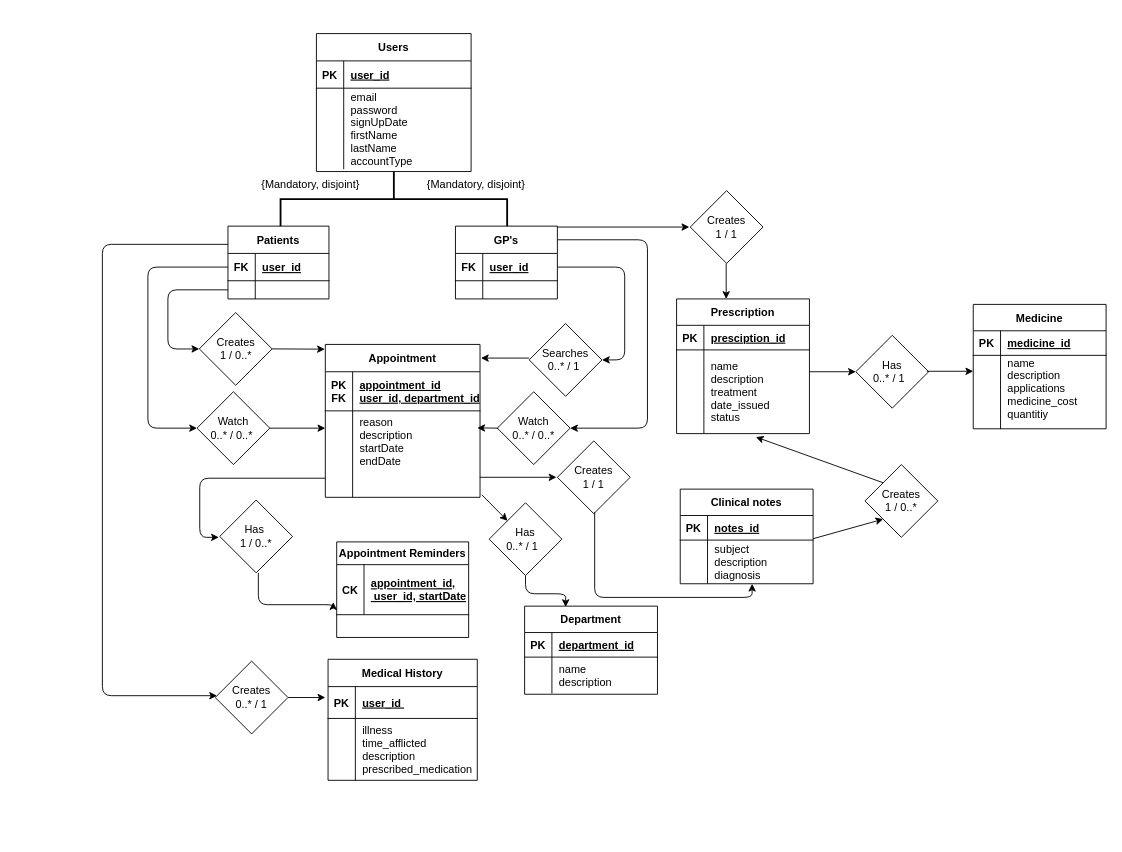
shaundbs/programming-cw keeps this draw.io diagram as ehealthproject_ERD.drawio. Above is the earlier version. Source tidied: cells renumbered, new cells numbered last; positions are measured from the earlier drawing's top-left corner, leaving out a move shared by most shapes. Both pictures are drawn from the tidied source at 91%, with x=0, y=0 at pixel (102, 33).
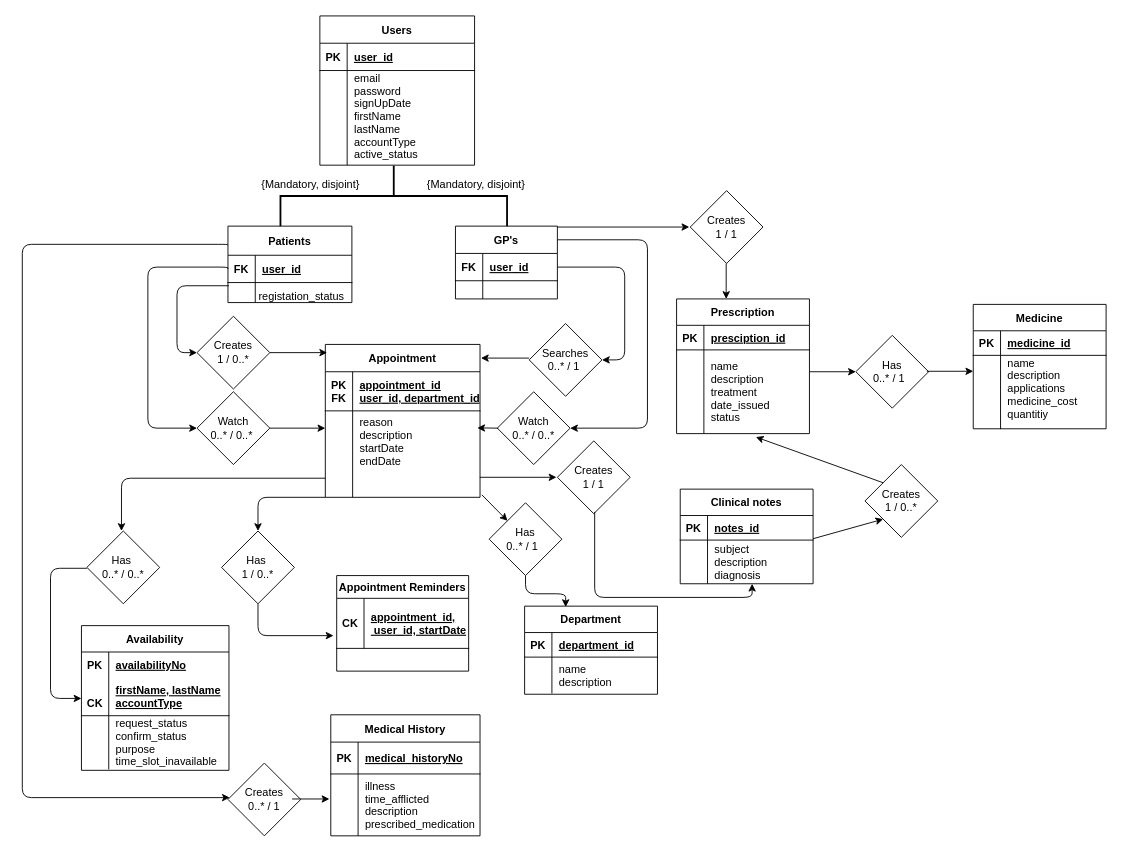
The same page after the edit.

Unchanged cells that the change refers to:
```xml
<mxCell id="13" value="Appointment" style="shape=table;startSize=30;childLayout=tableLayout;rowLines=0;fontStyle=1;align=center;" parent="1" vertex="1">
  <mxGeometry x="245" y="342" width="170" height="168" as="geometry" />
</mxCell>
<mxCell id="56" style="shape=partialRectangle;fillColor=none;top=0;left=0;right=0;bottom=1;" parent="55" vertex="1">
  <mxGeometry y="30" width="164" height="35" as="geometry" />
</mxCell>
<mxCell id="63" style="shape=partialRectangle;fillColor=none;top=0;left=0;bottom=1;right=0;points=[[0,0.5],[1,0.5]];portConstraint=eastwest;" parent="62" vertex="1">
  <mxGeometry y="25" width="145" height="55" as="geometry" />
</mxCell>
```

The edit, as a diff of the source:
```diff
@@
     <mxCell id="2" style="edgeStyle=orthogonalEdgeStyle;rounded=1;jettySize=auto;html=1;exitX=0;exitY=0.25;exitDx=0;exitDy=0;" parent="1" edge="1" source="41" target="20">
       <mxGeometry relative="1" as="geometry">
         <Array as="points">
-          <mxPoint y="232" />
-          <mxPoint y="728" />
-          <mxPoint x="164" y="728" />
+          <mxPoint x="138" y="232" />
+          <mxPoint x="-88" y="232" />
+          <mxPoint x="-88" y="840" />
         </Array>
       </mxGeometry>
     </mxCell>
     <mxCell id="3" style="strokeWidth=2;html=1;shape=mxgraph.flowchart.annotation_2;align=left;labelPosition=right;rotation=90;" parent="1" vertex="1">
-      <mxGeometry x="290.4" y="57.9" width="59.8" height="249" as="geometry" />
+      <mxGeometry x="286.8" y="54.4" width="66.8" height="249" as="geometry" />
     </mxCell>
@@
     <mxCell id="6" value="Creates &lt;br&gt;1 / 0..*" style="rhombus;whiteSpace=wrap;html=1;" parent="1" vertex="1">
-      <mxGeometry x="106.5" y="306.9" width="80" height="80" as="geometry" />
+      <mxGeometry x="104" y="311" width="80" height="80" as="geometry" />
     </mxCell>
-    <mxCell id="7" style="edgeStyle=orthogonalEdgeStyle;rounded=1;jettySize=auto;html=1;entryX=0;entryY=0.5;entryDx=0;entryDy=0;exitX=0;exitY=0.5;exitDx=0;exitDy=0;" parent="1" edge="1" source="45" target="6">
-      <mxGeometry relative="1" as="geometry">
-        <Array as="points">
-          <mxPoint x="72" y="282" />
-          <mxPoint x="72" y="347" />
-          <mxPoint x="93" y="347" />
-        </Array>
-      </mxGeometry>
-    </mxCell>
@@
     <mxCell id="20" value="Creates&lt;br&gt;0..* / 1" style="rhombus;whiteSpace=wrap;html=1;" parent="1" vertex="1">
-      <mxGeometry x="124" y="690" width="80" height="80" as="geometry" />
+      <mxGeometry x="138" y="802" width="80" height="80" as="geometry" />
     </mxCell>
@@
-    <mxCell id="23" style="endArrow=classic;html=1;exitX=1;exitY=0.5;exitDx=0;exitDy=0;entryX=-0.003;entryY=0.031;entryDx=0;entryDy=0;entryPerimeter=0;" parent="1" edge="1" source="6" target="13">
-      <mxGeometry relative="1" as="geometry" />
+    <mxCell id="23" style="endArrow=classic;html=1;exitX=1;exitY=0.5;exitDx=0;exitDy=0;" parent="1" edge="1" source="6">
+      <mxGeometry relative="1" as="geometry">
+        <mxPoint x="247" y="351" as="targetPoint" />
+      </mxGeometry>
     </mxCell>
@@
     <mxCell id="34" value="Users" style="shape=table;startSize=30;childLayout=tableLayout;rowLines=0;fontStyle=1;align=center;" parent="1" vertex="1">
-      <mxGeometry x="235.2" y="0.4" width="170" height="151.6" as="geometry" />
+      <mxGeometry x="239" y="-19" width="170" height="164" as="geometry" />
     </mxCell>
@@
     <mxCell id="38" style="shape=partialRectangle;fillColor=none;top=0;left=0;right=0;bottom=0;" parent="34" vertex="1">
-      <mxGeometry y="60" width="170" height="89" as="geometry" />
+      <mxGeometry y="60" width="170" height="104" as="geometry" />
     </mxCell>
     <mxCell id="39" style="shape=partialRectangle;overflow=hidden;fillColor=none;top=0;left=0;bottom=0;right=0;" parent="38" vertex="1">
-      <mxGeometry width="30" height="89" as="geometry" />
+      <mxGeometry width="30" height="104" as="geometry" />
     </mxCell>
-    <mxCell id="40" value="email&#10;password&#10;signUpDate&#10;firstName&#10;lastName&#10;accountType" style="shape=partialRectangle;overflow=hidden;fillColor=none;top=0;left=0;bottom=0;right=0;align=left;spacingLeft=6;" parent="38" vertex="1">
-      <mxGeometry x="30" width="140" height="89" as="geometry" />
+    <mxCell id="40" value="email&#10;password&#10;signUpDate&#10;firstName&#10;lastName&#10;accountType&#10;active_status&#10;" style="shape=partialRectangle;overflow=hidden;fillColor=none;top=0;left=0;bottom=0;right=0;align=left;spacingLeft=6;" parent="38" vertex="1">
+      <mxGeometry x="30" width="140" height="104" as="geometry" />
     </mxCell>
-    <mxCell id="41" value="Patients" style="shape=table;startSize=30;childLayout=tableLayout;rowLines=0;fontStyle=1;align=center;" parent="1" vertex="1">
-      <mxGeometry x="138" y="212" width="111" height="80" as="geometry" />
+    <mxCell id="41" value="Patients" style="shape=table;startSize=32;childLayout=tableLayout;rowLines=0;fontStyle=1;align=center;" parent="1" vertex="1">
+      <mxGeometry x="138" y="212" width="136.2" height="84" as="geometry" />
     </mxCell>
     <mxCell id="42" style="shape=partialRectangle;fillColor=none;points=[[0,0.5],[1,0.5]];portConstraint=eastwest;top=0;left=0;right=0;bottom=1;" parent="41" vertex="1">
-      <mxGeometry y="30" width="111" height="30" as="geometry" />
+      <mxGeometry y="32" width="136.2" height="30" as="geometry" />
     </mxCell>
@@
     <mxCell id="44" value="user_id" style="shape=partialRectangle;overflow=hidden;fillColor=none;top=0;left=0;bottom=0;right=0;align=left;spacingLeft=6;fontStyle=5;" parent="42" vertex="1">
-      <mxGeometry x="30" width="81" height="30" as="geometry" />
+      <mxGeometry x="30" width="106.2" height="30" as="geometry" />
     </mxCell>
     <mxCell id="45" style="shape=partialRectangle;fillColor=none;points=[[0,0.5],[1,0.5]];portConstraint=eastwest;top=0;left=0;right=0;bottom=0;" parent="41" vertex="1">
-      <mxGeometry y="60" width="111" height="20" as="geometry" />
+      <mxGeometry y="62" width="136.2" height="22" as="geometry" />
     </mxCell>
     <mxCell id="46" style="shape=partialRectangle;overflow=hidden;fillColor=none;top=0;left=0;bottom=0;right=0;" parent="45" vertex="1">
-      <mxGeometry width="30" height="20" as="geometry" />
+      <mxGeometry width="30" height="22" as="geometry" />
     </mxCell>
     <mxCell id="47" style="shape=partialRectangle;overflow=hidden;fillColor=none;top=0;left=0;bottom=0;right=0;align=left;spacingLeft=6;" parent="45" vertex="1">
-      <mxGeometry x="30" width="81" height="20" as="geometry" />
+      <mxGeometry x="30" width="106.2" height="22" as="geometry" />
     </mxCell>
@@
     <mxCell id="55" value="Medical History" style="shape=table;startSize=30;childLayout=tableLayout;rowLines=0;fontStyle=1;align=center;" parent="1" vertex="1">
-      <mxGeometry x="248" y="688" width="164" height="133" as="geometry" />
+      <mxGeometry x="251" y="749" width="164" height="133" as="geometry" />
     </mxCell>
@@
-    <mxCell id="58" value="user_id " style="shape=partialRectangle;overflow=hidden;fillColor=none;top=0;left=0;bottom=0;right=0;align=left;spacingLeft=6;fontStyle=5;" parent="56" vertex="1">
+    <mxCell id="58" value="medical_historyNo" style="shape=partialRectangle;overflow=hidden;fillColor=none;top=0;left=0;bottom=0;right=0;align=left;spacingLeft=6;fontStyle=5;" parent="56" vertex="1">
       <mxGeometry x="30" width="134" height="35" as="geometry" />
     </mxCell>
@@
     <mxCell id="62" value="Appointment Reminders" style="shape=table;startSize=25;childLayout=tableLayout;rowLines=0;fontStyle=1;align=center;" parent="1" vertex="1">
-      <mxGeometry x="257.5" y="559" width="145" height="105" as="geometry" />
+      <mxGeometry x="257.5" y="596" width="145" height="105" as="geometry" />
     </mxCell>
@@
     <mxCell id="98" style="endArrow=classic;html=1;" parent="1" edge="1">
       <mxGeometry relative="1" as="geometry">
-        <mxPoint x="204" y="730" as="sourcePoint" />
-        <mxPoint x="245" y="730" as="targetPoint" />
+        <mxPoint x="208.5" y="841.5" as="sourcePoint" />
+        <mxPoint x="249.5" y="841.5" as="targetPoint" />
       </mxGeometry>
     </mxCell>
@@
-    <mxCell id="103" style="edgeStyle=orthogonalEdgeStyle;rounded=1;orthogonalLoop=1;jettySize=auto;html=1;exitX=0;exitY=0.5;exitDx=0;exitDy=0;" parent="1" edge="1">
+    <mxCell id="103" style="edgeStyle=orthogonalEdgeStyle;rounded=1;jettySize=auto;html=1;entryX=0;entryY=0.5;entryDx=0;entryDy=0;" parent="1" edge="1" target="104">
       <mxGeometry relative="1" as="geometry">
-        <mxPoint x="245" y="489" as="sourcePoint" />
-        <mxPoint x="128" y="554" as="targetPoint" />
+        <mxPoint x="245" y="510" as="sourcePoint" />
         <Array as="points">
-          <mxPoint x="107" y="489" />
-          <mxPoint x="107" y="554" />
+          <mxPoint x="245" y="510" />
+          <mxPoint x="171" y="510" />
         </Array>
       </mxGeometry>
     </mxCell>
-    <mxCell id="104" value="Has&amp;nbsp;&lt;br&gt;1 / 0..*" style="rhombus;whiteSpace=wrap;html=1;" parent="1" vertex="1">
-      <mxGeometry x="129" y="513" width="80" height="80" as="geometry" />
+    <mxCell id="104" value="Has&amp;nbsp;&lt;br&gt;1 / 0..*" style="rhombus;whiteSpace=wrap;html=1;direction=south;" parent="1" vertex="1">
+      <mxGeometry x="131" y="547" width="80" height="80" as="geometry" />
     </mxCell>
-    <mxCell id="105" style="edgeStyle=orthogonalEdgeStyle;rounded=1;jettySize=auto;html=1;entryX=-0.026;entryY=0.75;entryDx=0;entryDy=0;entryPerimeter=0;" parent="1" edge="1" target="63">
+    <mxCell id="105" style="edgeStyle=orthogonalEdgeStyle;rounded=1;orthogonalLoop=1;jettySize=auto;html=1;" parent="1" edge="1">
       <mxGeometry relative="1" as="geometry">
-        <mxPoint x="171.4" y="593" as="sourcePoint" />
+        <mxPoint x="171" y="627" as="sourcePoint" />
+        <mxPoint x="254" y="662" as="targetPoint" />
         <Array as="points">
-          <mxPoint x="171" y="628" />
-          <mxPoint x="254" y="628" />
+          <mxPoint x="171" y="662" />
         </Array>
       </mxGeometry>
     </mxCell>
+    <mxCell id="106" style="edgeStyle=orthogonalEdgeStyle;rounded=1;orthogonalLoop=1;jettySize=auto;html=1;exitX=0;exitY=0.5;exitDx=0;exitDy=0;" parent="1" edge="1">
+      <mxGeometry relative="1" as="geometry">
+        <mxPoint x="245" y="489" as="sourcePoint" />
+        <mxPoint x="21" y="547" as="targetPoint" />
+        <Array as="points">
+          <mxPoint x="21" y="489" />
+          <mxPoint x="21" y="547" />
+        </Array>
+      </mxGeometry>
+    </mxCell>
+    <mxCell id="107" value="Has&amp;nbsp;&lt;br&gt;0..* / 0..*" style="rhombus;whiteSpace=wrap;html=1;direction=south;" parent="1" vertex="1">
+      <mxGeometry x="-17" y="547" width="80" height="80" as="geometry" />
+    </mxCell>
+    <mxCell id="108" value="Availability" style="shape=table;startSize=29;childLayout=tableLayout;rowLines=0;fontStyle=1;align=center;" parent="1" vertex="1">
+      <mxGeometry x="-23" y="651" width="162.1" height="159" as="geometry" />
+    </mxCell>
+    <mxCell id="109" style="shape=partialRectangle;fillColor=none;top=0;left=0;bottom=1;right=0;" parent="108" vertex="1">
+      <mxGeometry y="29" width="162.1" height="70" as="geometry" />
+    </mxCell>
+    <mxCell id="110" value="PK&#10;&#10;&#10;CK" style="shape=partialRectangle;fillColor=none;top=0;left=0;bottom=0;right=0;fontStyle=1;overflow=hidden;" parent="109" vertex="1">
+      <mxGeometry width="30" height="70" as="geometry" />
+    </mxCell>
+    <mxCell id="111" value="availabilityNo&#10;&#10;firstName, lastName&#10;accountType" style="shape=partialRectangle;fillColor=none;top=0;left=0;bottom=0;right=0;align=left;spacingLeft=6;fontStyle=5;overflow=hidden;" parent="109" vertex="1">
+      <mxGeometry x="30" width="132.1" height="70" as="geometry" />
+    </mxCell>
+    <mxCell id="112" style="shape=partialRectangle;fillColor=none;top=0;left=0;bottom=0;right=0;" parent="108" vertex="1">
+      <mxGeometry y="99" width="162.1" height="59" as="geometry" />
+    </mxCell>
+    <mxCell id="113" style="shape=partialRectangle;fillColor=none;top=0;left=0;bottom=0;right=0;overflow=hidden;" parent="112" vertex="1">
+      <mxGeometry width="30" height="59" as="geometry" />
+    </mxCell>
+    <mxCell id="114" value="request_status  &#10;confirm_status&#10;purpose&#10;time_slot_inavailable&#10;" style="shape=partialRectangle;fillColor=none;top=0;left=0;bottom=0;right=0;align=left;spacingLeft=6;overflow=hidden;" parent="112" vertex="1">
+      <mxGeometry x="30" width="132.1" height="59" as="geometry" />
+    </mxCell>
+    <mxCell id="115" style="edgeStyle=orthogonalEdgeStyle;rounded=1;orthogonalLoop=1;jettySize=auto;html=1;exitX=0;exitY=0.5;exitDx=0;exitDy=0;" parent="1" edge="1">
+      <mxGeometry relative="1" as="geometry">
+        <mxPoint x="-17" y="588" as="sourcePoint" />
+        <mxPoint x="-23" y="731" as="targetPoint" />
+        <Array as="points">
+          <mxPoint x="-57" y="588" />
+          <mxPoint x="-57" y="731" />
+        </Array>
+      </mxGeometry>
+    </mxCell>
+    <mxCell id="116" value="registation_status" style="shape=partialRectangle;overflow=hidden;fillColor=none;top=0;left=0;bottom=0;right=0;align=left;spacingLeft=6;" parent="1" vertex="1">
+      <mxGeometry x="164" y="273" width="113" height="31" as="geometry" />
+    </mxCell>
+    <mxCell id="117" style="edgeStyle=orthogonalEdgeStyle;rounded=1;jettySize=auto;html=1;exitX=0;exitY=0.5;exitDx=0;exitDy=0;entryX=0;entryY=0.5;entryDx=0;entryDy=0;" parent="1" edge="1" target="6">
+      <mxGeometry relative="1" as="geometry">
+        <mxPoint x="139.1" y="277.5" as="sourcePoint" />
+        <Array as="points">
+          <mxPoint x="82" y="278" />
+          <mxPoint x="82" y="351" />
+        </Array>
+      </mxGeometry>
+    </mxCell>
```
